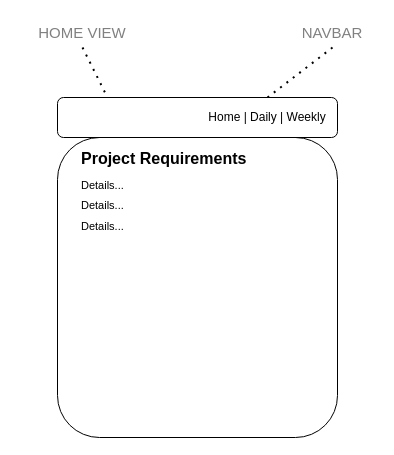
Before: page "Home" (1 of 3) of wireframe-group-weather-app.drawio in IsaacMendez-work/Group-Weather-App, a draw.io diagram. Source tidied: cells renumbered, new cells numbered last; positions are measured from the earlier drawing's top-left corner, leaving out a move shared by most shapes. Both pictures are drawn from the tidied source at 100%, with x=0, y=0 at pixel (17, 17).
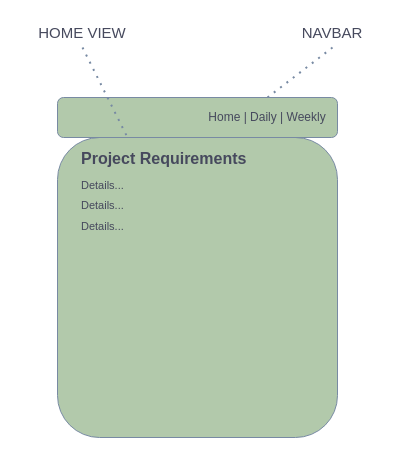
After the change.

The edit, as a diff of the source:
```diff
@@
 <mxGraphModel>
   <root>
     <mxCell id="0" />
     <mxCell id="1" parent="0" />
-    <mxCell id="2" style="rounded=1;whiteSpace=wrap;html=1;" parent="1" vertex="1">
+    <mxCell id="2" style="rounded=1;whiteSpace=wrap;html=1;fillColor=#B2C9AB;strokeColor=#788AA3;fontColor=#46495D;" parent="1" vertex="1">
       <mxGeometry x="40" y="120" width="280" height="300" as="geometry" />
     </mxCell>
-    <mxCell id="3" value="&lt;p style=&quot;line-height: 100%&quot;&gt;&lt;/p&gt;&lt;h1 style=&quot;font-size: 16px&quot;&gt;Project Requirements&lt;/h1&gt;&lt;h1 style=&quot;font-size: 11px&quot;&gt;&lt;font style=&quot;font-size: 11px ; font-weight: normal&quot;&gt;Details...&amp;nbsp;&lt;/font&gt;&lt;/h1&gt;&lt;h1 style=&quot;font-size: 11px&quot;&gt;&lt;font style=&quot;font-size: 11px ; font-weight: normal&quot;&gt;Details...&amp;nbsp;&lt;/font&gt;&lt;/h1&gt;&lt;h1 style=&quot;font-size: 11px&quot;&gt;&lt;font style=&quot;font-size: 11px ; font-weight: normal&quot;&gt;Details...&amp;nbsp;&lt;/font&gt;&lt;/h1&gt;&lt;p&gt;&lt;/p&gt;" style="text;html=1;strokeColor=none;fillColor=none;spacing=5;spacingTop=-20;whiteSpace=wrap;overflow=hidden;rounded=0;" parent="1" vertex="1">
+    <mxCell id="3" value="&lt;p style=&quot;line-height: 100%&quot;&gt;&lt;/p&gt;&lt;h1 style=&quot;font-size: 16px&quot;&gt;Project Requirements&lt;/h1&gt;&lt;h1 style=&quot;font-size: 11px&quot;&gt;&lt;font style=&quot;font-size: 11px ; font-weight: normal&quot;&gt;Details...&amp;nbsp;&lt;/font&gt;&lt;/h1&gt;&lt;h1 style=&quot;font-size: 11px&quot;&gt;&lt;font style=&quot;font-size: 11px ; font-weight: normal&quot;&gt;Details...&amp;nbsp;&lt;/font&gt;&lt;/h1&gt;&lt;h1 style=&quot;font-size: 11px&quot;&gt;&lt;font style=&quot;font-size: 11px ; font-weight: normal&quot;&gt;Details...&amp;nbsp;&lt;/font&gt;&lt;/h1&gt;&lt;p&gt;&lt;/p&gt;" style="text;html=1;strokeColor=none;fillColor=none;spacing=5;spacingTop=-20;whiteSpace=wrap;overflow=hidden;rounded=0;fontColor=#46495D;" parent="1" vertex="1">
       <mxGeometry x="59.3" y="130" width="183.4" height="90" as="geometry" />
     </mxCell>
-    <mxCell id="4" style="endArrow=none;dashed=1;html=1;dashPattern=1 3;strokeWidth=2;exitX=0.5;exitY=1;exitDx=0;exitDy=0;entryX=0.25;entryY=0;entryDx=0;entryDy=0;" parent="1" edge="1" source="9" target="2">
-      <mxGeometry x="80" y="80" as="geometry" />
-    </mxCell>
-    <mxCell id="5" value="&lt;font color=&quot;#808080&quot; style=&quot;font-size: 15px&quot;&gt;NAVBAR&lt;/font&gt;" style="text;html=1;strokeColor=none;fillColor=none;align=center;verticalAlign=middle;whiteSpace=wrap;rounded=0;" parent="1" vertex="1">
+    <mxCell id="5" value="&lt;font style=&quot;font-size: 15px&quot;&gt;NAVBAR&lt;/font&gt;" style="text;html=1;strokeColor=none;fillColor=none;align=center;verticalAlign=middle;whiteSpace=wrap;rounded=0;fontColor=#46495D;" parent="1" vertex="1">
       <mxGeometry x="270" width="90" height="30" as="geometry" />
     </mxCell>
-    <mxCell id="6" style="endArrow=none;dashed=1;html=1;dashPattern=1 3;strokeWidth=2;entryX=0.5;entryY=1;entryDx=0;entryDy=0;exitX=0.75;exitY=0;exitDx=0;exitDy=0;" parent="1" edge="1" source="7" target="5">
+    <mxCell id="6" style="endArrow=none;dashed=1;html=1;dashPattern=1 3;strokeWidth=2;entryX=0.5;entryY=1;entryDx=0;entryDy=0;exitX=0.75;exitY=0;exitDx=0;exitDy=0;strokeColor=#788AA3;fontColor=#46495D;" parent="1" edge="1" source="7" target="5">
       <mxGeometry x="200" y="170" as="geometry" />
     </mxCell>
-    <mxCell id="7" style="rounded=1;whiteSpace=wrap;html=1;" parent="1" vertex="1">
+    <mxCell id="7" style="rounded=1;whiteSpace=wrap;html=1;fillColor=#B2C9AB;strokeColor=#788AA3;fontColor=#46495D;" parent="1" vertex="1">
       <mxGeometry x="40" y="80" width="280" height="40" as="geometry" />
     </mxCell>
-    <mxCell id="8" value="Home | Daily | Weekly" style="text;html=1;strokeColor=none;fillColor=none;align=center;verticalAlign=middle;whiteSpace=wrap;rounded=0;" parent="1" vertex="1">
+    <mxCell id="8" value="Home | Daily | Weekly" style="text;html=1;strokeColor=none;fillColor=none;align=center;verticalAlign=middle;whiteSpace=wrap;rounded=0;fontColor=#46495D;" parent="1" vertex="1">
       <mxGeometry x="180" y="90" width="140" height="20" as="geometry" />
     </mxCell>
-    <mxCell id="9" value="&lt;font color=&quot;#808080&quot;&gt;&lt;span style=&quot;font-size: 15px&quot;&gt;HOME VIEW&lt;/span&gt;&lt;/font&gt;" style="text;html=1;strokeColor=none;fillColor=none;align=center;verticalAlign=middle;whiteSpace=wrap;rounded=0;" parent="1" vertex="1">
+    <mxCell id="9" value="&lt;font&gt;&lt;span style=&quot;font-size: 15px&quot;&gt;HOME VIEW&lt;/span&gt;&lt;/font&gt;" style="text;html=1;strokeColor=none;fillColor=none;align=center;verticalAlign=middle;whiteSpace=wrap;rounded=0;fontColor=#46495D;" parent="1" vertex="1">
       <mxGeometry width="130" height="30" as="geometry" />
     </mxCell>
+    <mxCell id="4" style="endArrow=none;dashed=1;html=1;dashPattern=1 3;strokeWidth=2;exitX=0.5;exitY=1;exitDx=0;exitDy=0;entryX=0.25;entryY=0;entryDx=0;entryDy=0;strokeColor=#788AA3;fontColor=#46495D;" parent="1" edge="1" source="9" target="2">
+      <mxGeometry x="80" y="80" as="geometry" />
+    </mxCell>
   </root>
 </mxGraphModel>
```
